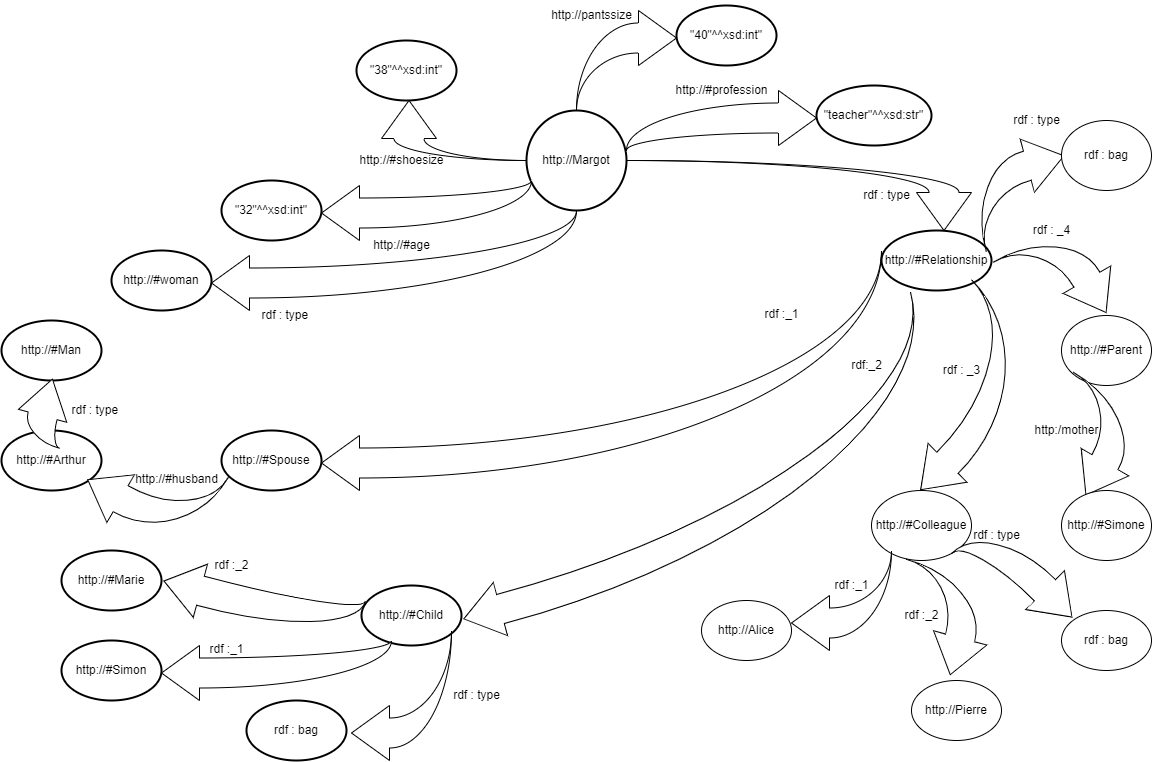
IHantouche/DMA3EDD3-Modelisation-donnees keeps this draw.io diagram as schéma RDF-TD n°1.png. Above is the earlier version. Source tidied: cells renumbered, new cells last; positions are measured from the earlier drawing's top-left corner, leaving out a move shared by most shapes. Its diagram source:
```xml
<mxGraphModel>
  <root>
    <mxCell id="0" />
    <mxCell id="1" parent="0" />
    <mxCell id="2" style="html=1;shadow=0;dashed=0;align=center;verticalAlign=middle;shape=mxgraph.arrows2.jumpInArrow;dy=15;dx=38;arrowHead=55;direction=south;" parent="1" vertex="1">
      <mxGeometry x="625" y="160" width="345" height="70" as="geometry" />
    </mxCell>
    <mxCell id="3" style="html=1;shadow=0;dashed=0;align=center;verticalAlign=middle;shape=mxgraph.arrows2.jumpInArrow;dy=15;dx=38;arrowHead=55;direction=west;" parent="1" vertex="1">
      <mxGeometry x="210" y="210" width="365" height="100" as="geometry" />
    </mxCell>
    <mxCell id="4" value="http://Margot" style="strokeWidth=2;html=1;shape=mxgraph.flowchart.start_2;whiteSpace=wrap;" parent="1" vertex="1">
      <mxGeometry x="525" y="110" width="100" height="100" as="geometry" />
    </mxCell>
    <mxCell id="5" style="html=1;shadow=0;dashed=0;align=center;verticalAlign=middle;shape=mxgraph.arrows2.jumpInArrow;dy=15;dx=38;arrowHead=55;direction=west;" parent="1" vertex="1">
      <mxGeometry x="320" y="180" width="210" height="60" as="geometry" />
    </mxCell>
    <mxCell id="6" style="html=1;shadow=0;dashed=0;align=center;verticalAlign=middle;shape=mxgraph.arrows2.jumpInArrow;dy=15;dx=38;arrowHead=55;" parent="1" vertex="1">
      <mxGeometry x="625" y="90" width="190" height="60" as="geometry" />
    </mxCell>
    <mxCell id="7" style="html=1;shadow=0;dashed=0;align=center;verticalAlign=middle;shape=mxgraph.arrows2.jumpInArrow;dy=15;dx=38;arrowHead=55;" parent="1" vertex="1">
      <mxGeometry x="575" y="10" width="100" height="100" as="geometry" />
    </mxCell>
    <mxCell id="8" value="rdf : type&amp;nbsp;" style="text;html=1;align=center;verticalAlign=middle;strokeColor=none;fillColor=none;" parent="1" vertex="1">
      <mxGeometry x="250" y="300" width="70" height="30" as="geometry" />
    </mxCell>
    <mxCell id="9" value="http://#woman" style="strokeWidth=2;html=1;shape=mxgraph.flowchart.start_1;whiteSpace=wrap;" parent="1" vertex="1">
      <mxGeometry x="110" y="250" width="100" height="60" as="geometry" />
    </mxCell>
    <mxCell id="10" value="&quot;32&quot;^^xsd:int&quot;" style="strokeWidth=2;html=1;shape=mxgraph.flowchart.start_1;whiteSpace=wrap;" parent="1" vertex="1">
      <mxGeometry x="220" y="180" width="100" height="60" as="geometry" />
    </mxCell>
    <mxCell id="11" value="&quot;38&quot;^^xsd:int&quot;" style="strokeWidth=2;html=1;shape=mxgraph.flowchart.start_1;whiteSpace=wrap;" parent="1" vertex="1">
      <mxGeometry x="355" y="40" width="100" height="60" as="geometry" />
    </mxCell>
    <mxCell id="12" value="http://#age" style="text;html=1;align=center;verticalAlign=middle;strokeColor=none;fillColor=none;" parent="1" vertex="1">
      <mxGeometry x="360" y="230" width="80" height="30" as="geometry" />
    </mxCell>
    <mxCell id="13" value="http://#shoesize" style="text;html=1;align=center;verticalAlign=middle;strokeColor=none;fillColor=none;" parent="1" vertex="1">
      <mxGeometry x="345" y="145" width="110" height="30" as="geometry" />
    </mxCell>
    <mxCell id="14" value="http://pantssize" style="text;html=1;align=center;verticalAlign=middle;strokeColor=none;fillColor=none;" parent="1" vertex="1">
      <mxGeometry x="540" width="100" height="30" as="geometry" />
    </mxCell>
    <mxCell id="15" style="html=1;shadow=0;dashed=0;align=center;verticalAlign=middle;shape=mxgraph.arrows2.jumpInArrow;dy=15;dx=38;arrowHead=55;direction=north;" parent="1" vertex="1">
      <mxGeometry x="380" y="100" width="145" height="60" as="geometry" />
    </mxCell>
    <mxCell id="16" value="&quot;40&quot;^^xsd:int&quot;" style="strokeWidth=2;html=1;shape=mxgraph.flowchart.start_1;whiteSpace=wrap;" parent="1" vertex="1">
      <mxGeometry x="675" y="5" width="100" height="60" as="geometry" />
    </mxCell>
    <mxCell id="17" value="http://#profession" style="text;html=1;align=center;verticalAlign=middle;strokeColor=none;fillColor=none;" parent="1" vertex="1">
      <mxGeometry x="660" y="75" width="120" height="30" as="geometry" />
    </mxCell>
    <mxCell id="18" value="&quot;teacher&quot;^^xsd:str&quot;" style="strokeWidth=2;html=1;shape=mxgraph.flowchart.start_1;whiteSpace=wrap;" parent="1" vertex="1">
      <mxGeometry x="815" y="85" width="115" height="60" as="geometry" />
    </mxCell>
    <mxCell id="19" value="rdf : type" style="text;html=1;align=center;verticalAlign=middle;strokeColor=none;fillColor=none;" parent="1" vertex="1">
      <mxGeometry x="850" y="180" width="70" height="30" as="geometry" />
    </mxCell>
    <mxCell id="20" value="http://#Relationship" style="strokeWidth=2;html=1;shape=mxgraph.flowchart.start_1;whiteSpace=wrap;" parent="1" vertex="1">
      <mxGeometry x="880" y="230" width="110" height="60" as="geometry" />
    </mxCell>
    <mxCell id="21" style="html=1;shadow=0;dashed=0;align=center;verticalAlign=middle;shape=mxgraph.arrows2.jumpInArrow;dy=15;dx=38;arrowHead=55;rotation=-15;" parent="1" vertex="1">
      <mxGeometry x="970" y="140" width="100" height="100" as="geometry" />
    </mxCell>
    <mxCell id="22" style="html=1;shadow=0;dashed=0;align=center;verticalAlign=middle;shape=mxgraph.arrows2.jumpInArrow;dy=15;dx=38;arrowHead=55;direction=south;rotation=-30;" parent="1" vertex="1">
      <mxGeometry x="1010" y="230" width="100" height="100" as="geometry" />
    </mxCell>
    <mxCell id="23" style="html=1;shadow=0;dashed=0;align=center;verticalAlign=middle;shape=mxgraph.arrows2.jumpInArrow;dy=15;dx=38;arrowHead=55;direction=west;rotation=-45;" parent="1" vertex="1">
      <mxGeometry x="862.1" y="324" width="184.4" height="140" as="geometry" />
    </mxCell>
    <mxCell id="24" style="html=1;shadow=0;dashed=0;align=center;verticalAlign=middle;shape=mxgraph.arrows2.jumpInArrow;dy=15;dx=38;arrowHead=55;rotation=-195;" parent="1" vertex="1">
      <mxGeometry x="431.1" y="354.4" width="516.1" height="227.6" as="geometry" />
    </mxCell>
    <mxCell id="25" style="html=1;shadow=0;dashed=0;align=center;verticalAlign=middle;shape=mxgraph.arrows2.jumpInArrow;dy=15;dx=38;arrowHead=55;direction=west;" parent="1" vertex="1">
      <mxGeometry x="320" y="250" width="560" height="240" as="geometry" />
    </mxCell>
    <mxCell id="26" value="rdf : bag" style="ellipse;whiteSpace=wrap;html=1;" parent="1" vertex="1">
      <mxGeometry x="1060" y="120" width="90" height="70" as="geometry" />
    </mxCell>
    <mxCell id="27" value="http://#Parent" style="ellipse;whiteSpace=wrap;html=1;" parent="1" vertex="1">
      <mxGeometry x="1060" y="315" width="90" height="70" as="geometry" />
    </mxCell>
    <mxCell id="28" value="rdf : type" style="text;html=1;align=center;verticalAlign=middle;strokeColor=none;fillColor=none;" parent="1" vertex="1">
      <mxGeometry x="1000" y="105" width="70" height="30" as="geometry" />
    </mxCell>
    <mxCell id="29" value="rdf : _4" style="text;html=1;align=center;verticalAlign=middle;strokeColor=none;fillColor=none;" parent="1" vertex="1">
      <mxGeometry x="1020" y="215" width="60" height="30" as="geometry" />
    </mxCell>
    <mxCell id="30" style="html=1;shadow=0;dashed=0;align=center;verticalAlign=middle;shape=mxgraph.arrows2.jumpInArrow;dy=15;dx=38;arrowHead=55;direction=west;rotation=-60;" parent="1" vertex="1">
      <mxGeometry x="1040" y="390" width="100" height="100" as="geometry" />
    </mxCell>
    <mxCell id="31" value="http:/mother" style="text;html=1;align=center;verticalAlign=middle;strokeColor=none;fillColor=none;" parent="1" vertex="1">
      <mxGeometry x="1020" y="415" width="90" height="30" as="geometry" />
    </mxCell>
    <mxCell id="32" value="http://#Simone" style="ellipse;whiteSpace=wrap;html=1;" parent="1" vertex="1">
      <mxGeometry x="1060" y="490" width="90" height="70" as="geometry" />
    </mxCell>
    <mxCell id="33" value="rdf : _3" style="text;html=1;align=center;verticalAlign=middle;strokeColor=none;fillColor=none;" parent="1" vertex="1">
      <mxGeometry x="930" y="355" width="60" height="30" as="geometry" />
    </mxCell>
    <mxCell id="34" value="http://#Colleague" style="ellipse;whiteSpace=wrap;html=1;" parent="1" vertex="1">
      <mxGeometry x="870" y="490" width="100" height="70" as="geometry" />
    </mxCell>
    <mxCell id="35" style="html=1;shadow=0;dashed=0;align=center;verticalAlign=middle;shape=mxgraph.arrows2.jumpInArrow;dy=15;dx=38;arrowHead=55;direction=south;rotation=-45;" parent="1" vertex="1">
      <mxGeometry x="986.2" y="510" width="67.5" height="130" as="geometry" />
    </mxCell>
    <mxCell id="36" style="html=1;shadow=0;dashed=0;align=center;verticalAlign=middle;shape=mxgraph.arrows2.jumpInArrow;dy=15;dx=38;arrowHead=55;rotation=105;" parent="1" vertex="1">
      <mxGeometry x="890" y="570" width="100" height="100" as="geometry" />
    </mxCell>
    <mxCell id="37" style="html=1;shadow=0;dashed=0;align=center;verticalAlign=middle;shape=mxgraph.arrows2.jumpInArrow;dy=15;dx=38;arrowHead=55;direction=west;" parent="1" vertex="1">
      <mxGeometry x="790" y="550" width="100" height="100" as="geometry" />
    </mxCell>
    <mxCell id="38" value="rdf : type" style="text;html=1;align=center;verticalAlign=middle;strokeColor=none;fillColor=none;" parent="1" vertex="1">
      <mxGeometry x="960" y="520" width="70" height="30" as="geometry" />
    </mxCell>
    <mxCell id="39" value="rdf : bag" style="ellipse;whiteSpace=wrap;html=1;" parent="1" vertex="1">
      <mxGeometry x="1060" y="610" width="90" height="60" as="geometry" />
    </mxCell>
    <mxCell id="40" value="http://Pierre" style="ellipse;whiteSpace=wrap;html=1;" parent="1" vertex="1">
      <mxGeometry x="910" y="680" width="90" height="60" as="geometry" />
    </mxCell>
    <mxCell id="41" value="http://Alice" style="ellipse;whiteSpace=wrap;html=1;" parent="1" vertex="1">
      <mxGeometry x="700" y="600" width="90" height="60" as="geometry" />
    </mxCell>
    <mxCell id="42" value="rdf :_2" style="text;html=1;align=center;verticalAlign=middle;strokeColor=none;fillColor=none;" parent="1" vertex="1">
      <mxGeometry x="890" y="600" width="60" height="30" as="geometry" />
    </mxCell>
    <mxCell id="43" value="rdf :_1" style="text;html=1;align=center;verticalAlign=middle;strokeColor=none;fillColor=none;" parent="1" vertex="1">
      <mxGeometry x="820" y="570" width="60" height="30" as="geometry" />
    </mxCell>
    <mxCell id="44" value="http://#Spouse" style="strokeWidth=2;html=1;shape=mxgraph.flowchart.start_1;whiteSpace=wrap;" parent="1" vertex="1">
      <mxGeometry x="220" y="430" width="100" height="60" as="geometry" />
    </mxCell>
    <mxCell id="45" value="rdf :_1" style="text;html=1;align=center;verticalAlign=middle;strokeColor=none;fillColor=none;" parent="1" vertex="1">
      <mxGeometry x="750" y="299" width="60" height="30" as="geometry" />
    </mxCell>
    <mxCell id="46" value="rdf:_2" style="text;html=1;align=center;verticalAlign=middle;strokeColor=none;fillColor=none;" parent="1" vertex="1">
      <mxGeometry x="840" y="350" width="50" height="30" as="geometry" />
    </mxCell>
    <mxCell id="47" value="http://#Arthur" style="strokeWidth=2;html=1;shape=mxgraph.flowchart.start_1;whiteSpace=wrap;" parent="1" vertex="1">
      <mxGeometry y="430" width="100" height="60" as="geometry" />
    </mxCell>
    <mxCell id="48" style="html=1;shadow=0;dashed=0;align=center;verticalAlign=middle;shape=mxgraph.arrows2.jumpInArrow;dy=15;dx=38;arrowHead=55;rotation=-150;" parent="1" vertex="1">
      <mxGeometry x="89.4" y="439.8" width="120.7" height="100" as="geometry" />
    </mxCell>
    <mxCell id="49" value="http://#husband" style="text;html=1;align=center;verticalAlign=middle;strokeColor=none;fillColor=none;" parent="1" vertex="1">
      <mxGeometry x="120" y="464" width="110" height="30" as="geometry" />
    </mxCell>
    <mxCell id="50" value="http://#Child" style="strokeWidth=2;html=1;shape=mxgraph.flowchart.start_1;whiteSpace=wrap;" parent="1" vertex="1">
      <mxGeometry x="360" y="585" width="100" height="60" as="geometry" />
    </mxCell>
    <mxCell id="51" value="rdf : bag" style="strokeWidth=2;html=1;shape=mxgraph.flowchart.start_1;whiteSpace=wrap;" parent="1" vertex="1">
      <mxGeometry x="245" y="700" width="100" height="60" as="geometry" />
    </mxCell>
    <mxCell id="52" value="http://#Marie" style="strokeWidth=2;html=1;shape=mxgraph.flowchart.start_1;whiteSpace=wrap;" parent="1" vertex="1">
      <mxGeometry x="60" y="550" width="100" height="60" as="geometry" />
    </mxCell>
    <mxCell id="53" value="http://#Simon" style="strokeWidth=2;html=1;shape=mxgraph.flowchart.start_1;whiteSpace=wrap;" parent="1" vertex="1">
      <mxGeometry x="60" y="640" width="100" height="60" as="geometry" />
    </mxCell>
    <mxCell id="54" style="html=1;shadow=0;dashed=0;align=center;verticalAlign=middle;shape=mxgraph.arrows2.jumpInArrow;dy=15;dx=38;arrowHead=55;direction=west;" parent="1" vertex="1">
      <mxGeometry x="350" y="630" width="100" height="130" as="geometry" />
    </mxCell>
    <mxCell id="55" style="html=1;shadow=0;dashed=0;align=center;verticalAlign=middle;shape=mxgraph.arrows2.jumpInArrow;dy=15;dx=38;arrowHead=55;direction=west;" parent="1" vertex="1">
      <mxGeometry x="160" y="640" width="230" height="60" as="geometry" />
    </mxCell>
    <mxCell id="56" style="html=1;shadow=0;dashed=0;align=center;verticalAlign=middle;shape=mxgraph.arrows2.jumpInArrow;dy=15;dx=38;arrowHead=55;direction=west;rotation=15;" parent="1" vertex="1">
      <mxGeometry x="159.5" y="573.9" width="200" height="60" as="geometry" />
    </mxCell>
    <mxCell id="57" value="rdf : type" style="text;html=1;align=center;verticalAlign=middle;strokeColor=none;fillColor=none;" parent="1" vertex="1">
      <mxGeometry x="440" y="680" width="70" height="30" as="geometry" />
    </mxCell>
    <mxCell id="58" value="rdf :_1" style="text;html=1;align=center;verticalAlign=middle;strokeColor=none;fillColor=none;" parent="1" vertex="1">
      <mxGeometry x="195" y="633.9" width="60" height="30" as="geometry" />
    </mxCell>
    <mxCell id="59" value="rdf :_2" style="text;html=1;align=center;verticalAlign=middle;strokeColor=none;fillColor=none;" parent="1" vertex="1">
      <mxGeometry x="200" y="550" width="60" height="30" as="geometry" />
    </mxCell>
    <mxCell id="60" value="http://#Man" style="strokeWidth=2;html=1;shape=mxgraph.flowchart.start_1;whiteSpace=wrap;" parent="1" vertex="1">
      <mxGeometry y="320" width="100" height="60" as="geometry" />
    </mxCell>
    <mxCell id="61" value="rdf : type&amp;nbsp;" style="text;html=1;align=center;verticalAlign=middle;strokeColor=none;fillColor=none;" parent="1" vertex="1">
      <mxGeometry x="60" y="395" width="70" height="30" as="geometry" />
    </mxCell>
    <mxCell id="62" style="html=1;shadow=0;dashed=0;align=center;verticalAlign=middle;shape=mxgraph.arrows2.jumpInArrow;dy=15;dx=38;arrowHead=55;rotation=-75;" parent="1" vertex="1">
      <mxGeometry x="10" y="385" width="65" height="50" as="geometry" />
    </mxCell>
  </root>
</mxGraphModel>
```
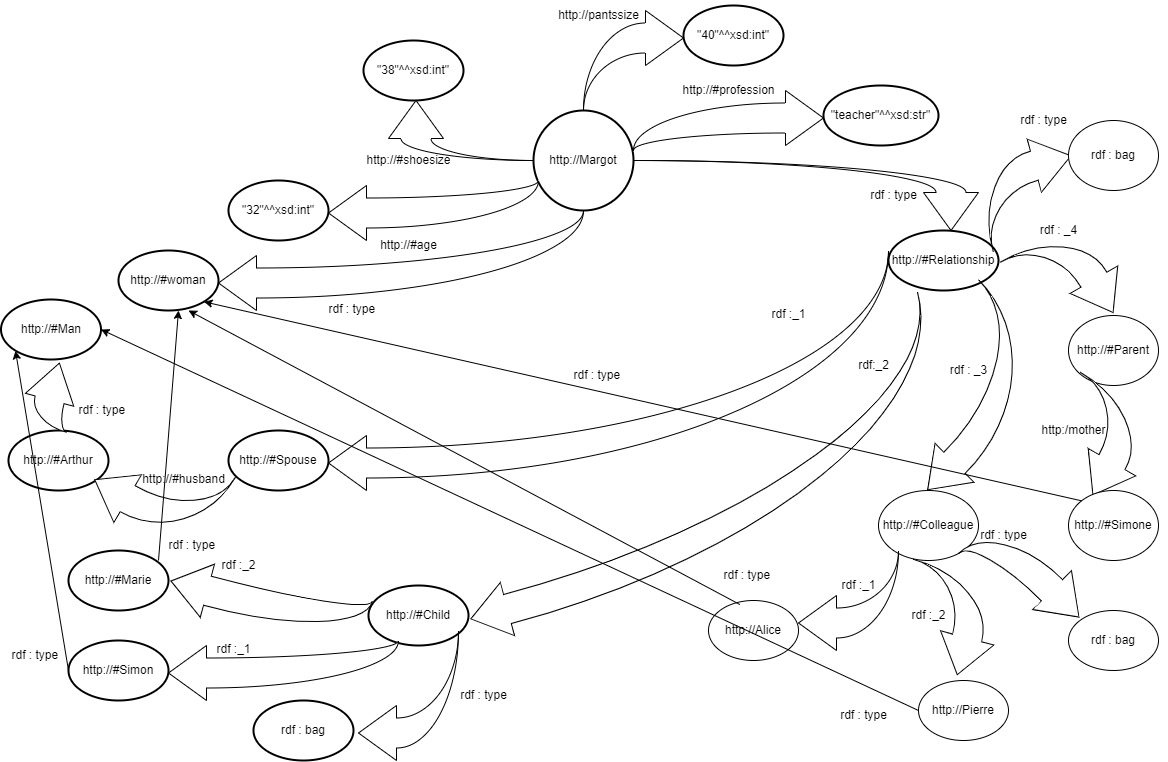
Later version of the same file.

Diff of the diagram source:
```diff
@@ -21,7 +21,7 @@
       <mxGeometry x="575" y="10" width="100" height="100" as="geometry" />
     </mxCell>
     <mxCell id="8" value="rdf : type&amp;nbsp;" style="text;html=1;align=center;verticalAlign=middle;strokeColor=none;fillColor=none;" parent="1" vertex="1">
-      <mxGeometry x="250" y="300" width="70" height="30" as="geometry" />
+      <mxGeometry x="310" y="294" width="70" height="30" as="geometry" />
     </mxCell>
     <mxCell id="9" value="http://#woman" style="strokeWidth=2;html=1;shape=mxgraph.flowchart.start_1;whiteSpace=wrap;" parent="1" vertex="1">
       <mxGeometry x="110" y="250" width="100" height="60" as="geometry" />
@@ -177,13 +177,46 @@
       <mxGeometry x="200" y="550" width="60" height="30" as="geometry" />
     </mxCell>
     <mxCell id="60" value="http://#Man" style="strokeWidth=2;html=1;shape=mxgraph.flowchart.start_1;whiteSpace=wrap;" parent="1" vertex="1">
-      <mxGeometry y="320" width="100" height="60" as="geometry" />
+      <mxGeometry x="-7.5" y="299" width="100" height="60" as="geometry" />
     </mxCell>
     <mxCell id="61" value="rdf : type&amp;nbsp;" style="text;html=1;align=center;verticalAlign=middle;strokeColor=none;fillColor=none;" parent="1" vertex="1">
       <mxGeometry x="60" y="395" width="70" height="30" as="geometry" />
     </mxCell>
     <mxCell id="62" style="html=1;shadow=0;dashed=0;align=center;verticalAlign=middle;shape=mxgraph.arrows2.jumpInArrow;dy=15;dx=38;arrowHead=55;rotation=-75;" parent="1" vertex="1">
-      <mxGeometry x="10" y="385" width="65" height="50" as="geometry" />
+      <mxGeometry x="10" y="369" width="65" height="50" as="geometry" />
     </mxCell>
+    <mxCell id="63" style="endArrow=classic;html=1;rounded=0;entryX=0.855;entryY=0.855;entryDx=0;entryDy=0;entryPerimeter=0;exitX=0;exitY=0;exitDx=0;exitDy=0;" parent="1" edge="1" source="32" target="9">
+      <mxGeometry relative="1" as="geometry" />
+    </mxCell>
+    <mxCell id="64" value="rdf : type&amp;nbsp;" style="text;html=1;align=center;verticalAlign=middle;strokeColor=none;fillColor=none;" parent="1" vertex="1">
+      <mxGeometry x="555" y="360" width="70" height="30" as="geometry" />
+    </mxCell>
+    <mxCell id="65" style="endArrow=classic;html=1;rounded=0;exitX=0;exitY=0.5;exitDx=0;exitDy=0;entryX=1;entryY=0.5;entryDx=0;entryDy=0;entryPerimeter=0;" parent="1" edge="1" source="40" target="60">
+      <mxGeometry relative="1" as="geometry" />
+    </mxCell>
+    <mxCell id="66" value="rdf : type" style="text;html=1;align=center;verticalAlign=middle;strokeColor=none;fillColor=none;" parent="1" vertex="1">
+      <mxGeometry x="820" y="700" width="70" height="30" as="geometry" />
+    </mxCell>
+    <mxCell id="67" style="endArrow=classic;html=1;rounded=0;exitX=0.348;exitY=0.067;exitDx=0;exitDy=0;exitPerimeter=0;entryX=0.7;entryY=1;entryDx=0;entryDy=0;entryPerimeter=0;" parent="1" edge="1" source="41" target="9">
+      <mxGeometry relative="1" as="geometry" />
+    </mxCell>
+    <mxCell id="68" value="rdf : type&amp;nbsp;" style="text;html=1;align=center;verticalAlign=middle;strokeColor=none;fillColor=none;" parent="1" vertex="1">
+      <mxGeometry x="705" y="560" width="70" height="30" as="geometry" />
+    </mxCell>
+    <mxCell id="69" style="endArrow=classic;html=1;rounded=0;" parent="1" edge="1">
+      <mxGeometry relative="1" as="geometry">
+        <mxPoint x="150" y="560" as="sourcePoint" />
+        <mxPoint x="170" y="310" as="targetPoint" />
+      </mxGeometry>
+    </mxCell>
+    <mxCell id="70" style="endArrow=classic;html=1;rounded=0;exitX=0;exitY=0.5;exitDx=0;exitDy=0;exitPerimeter=0;entryX=0.145;entryY=0.855;entryDx=0;entryDy=0;entryPerimeter=0;" parent="1" edge="1" source="53" target="60">
+      <mxGeometry relative="1" as="geometry" />
+    </mxCell>
+    <mxCell id="71" value="rdf : type&amp;nbsp;" style="text;html=1;align=center;verticalAlign=middle;strokeColor=none;fillColor=none;" parent="1" vertex="1">
+      <mxGeometry x="150" y="530" width="70" height="30" as="geometry" />
+    </mxCell>
+    <mxCell id="72" value="rdf : type&amp;nbsp;" style="text;html=1;align=center;verticalAlign=middle;strokeColor=none;fillColor=none;" parent="1" vertex="1">
+      <mxGeometry x="-7.5" y="640" width="70" height="30" as="geometry" />
+    </mxCell>
   </root>
 </mxGraphModel>
```
